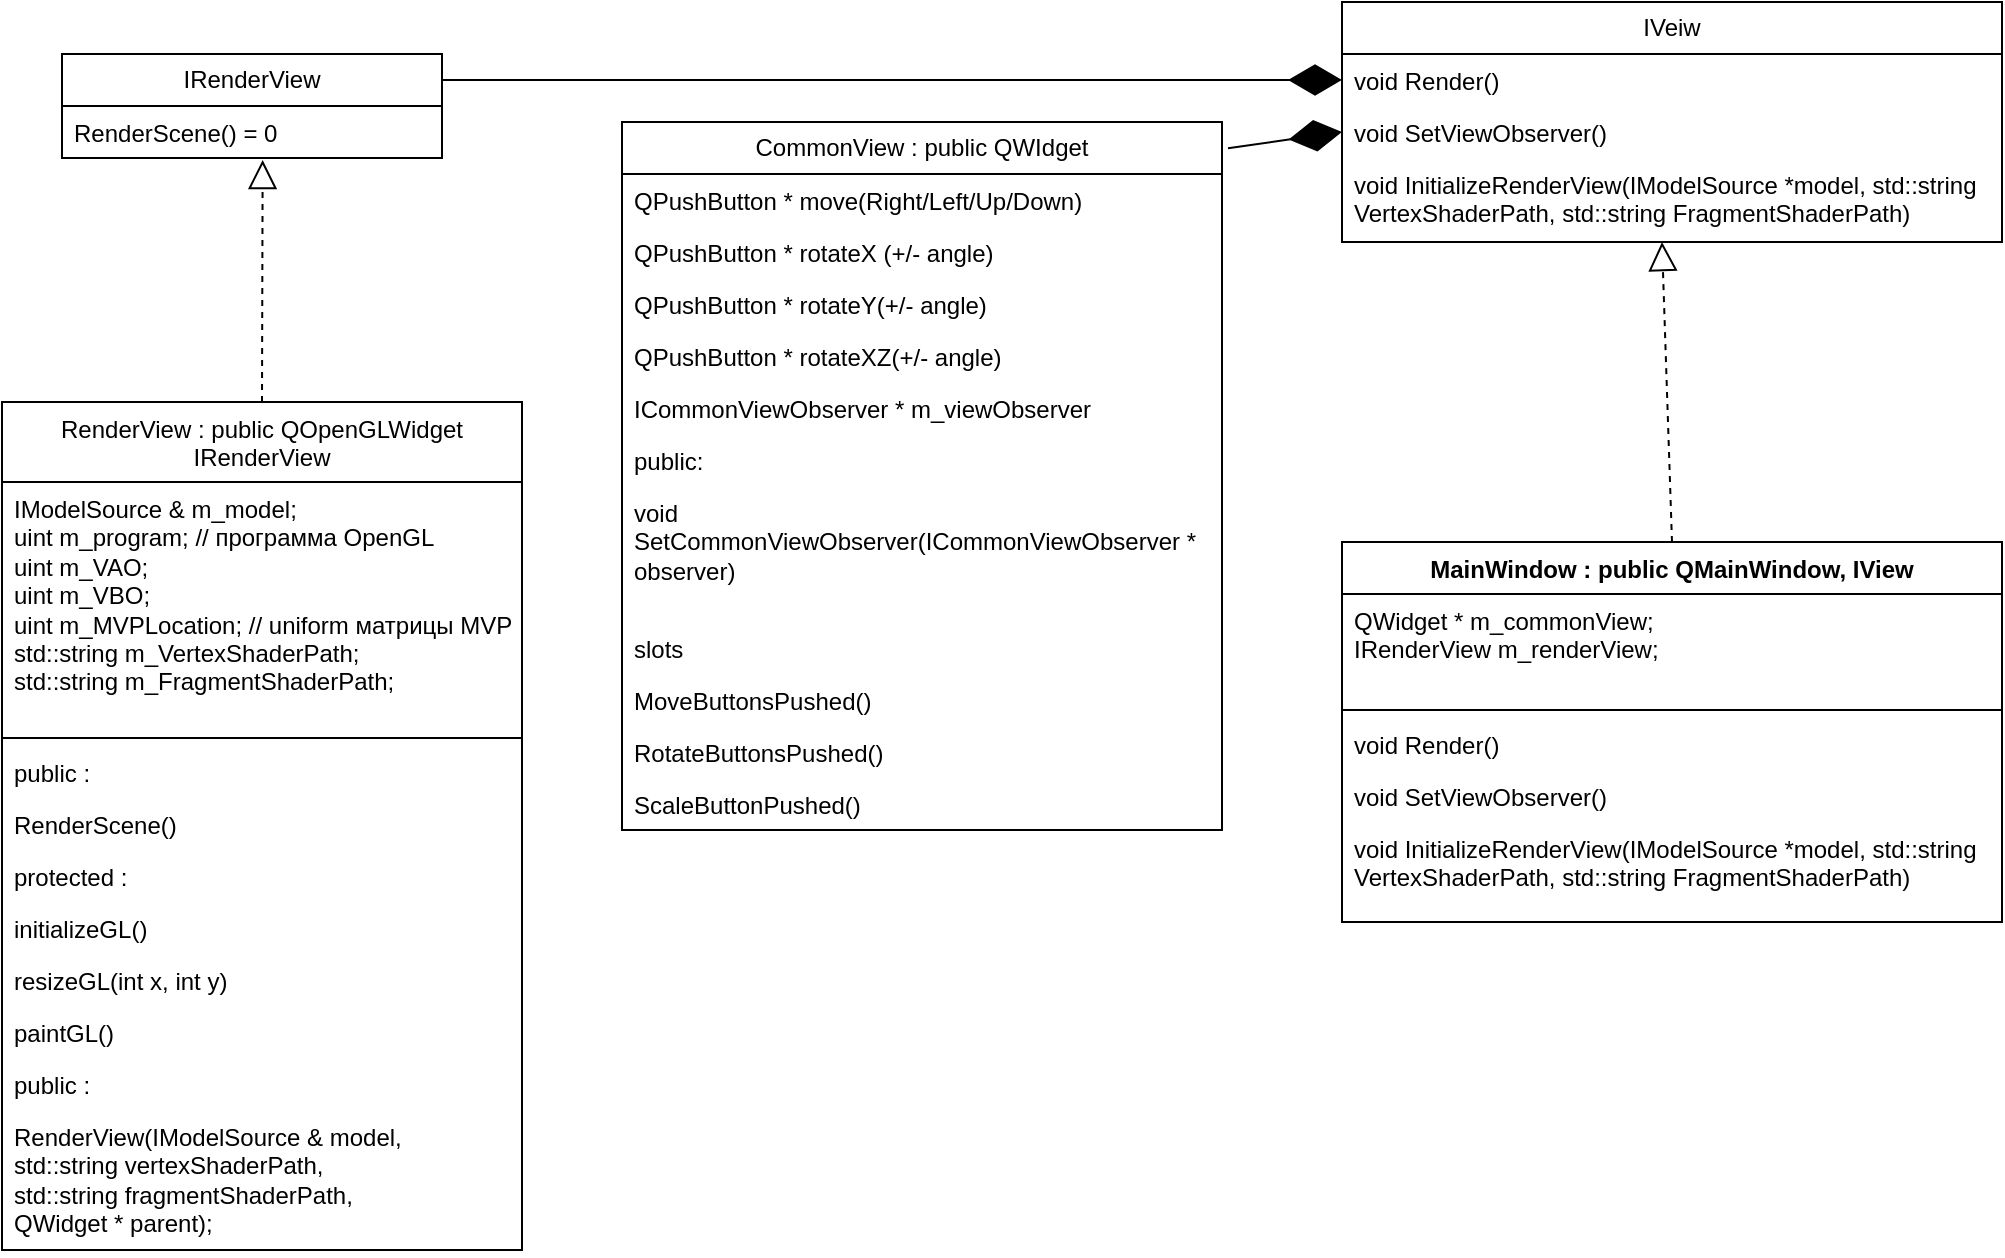
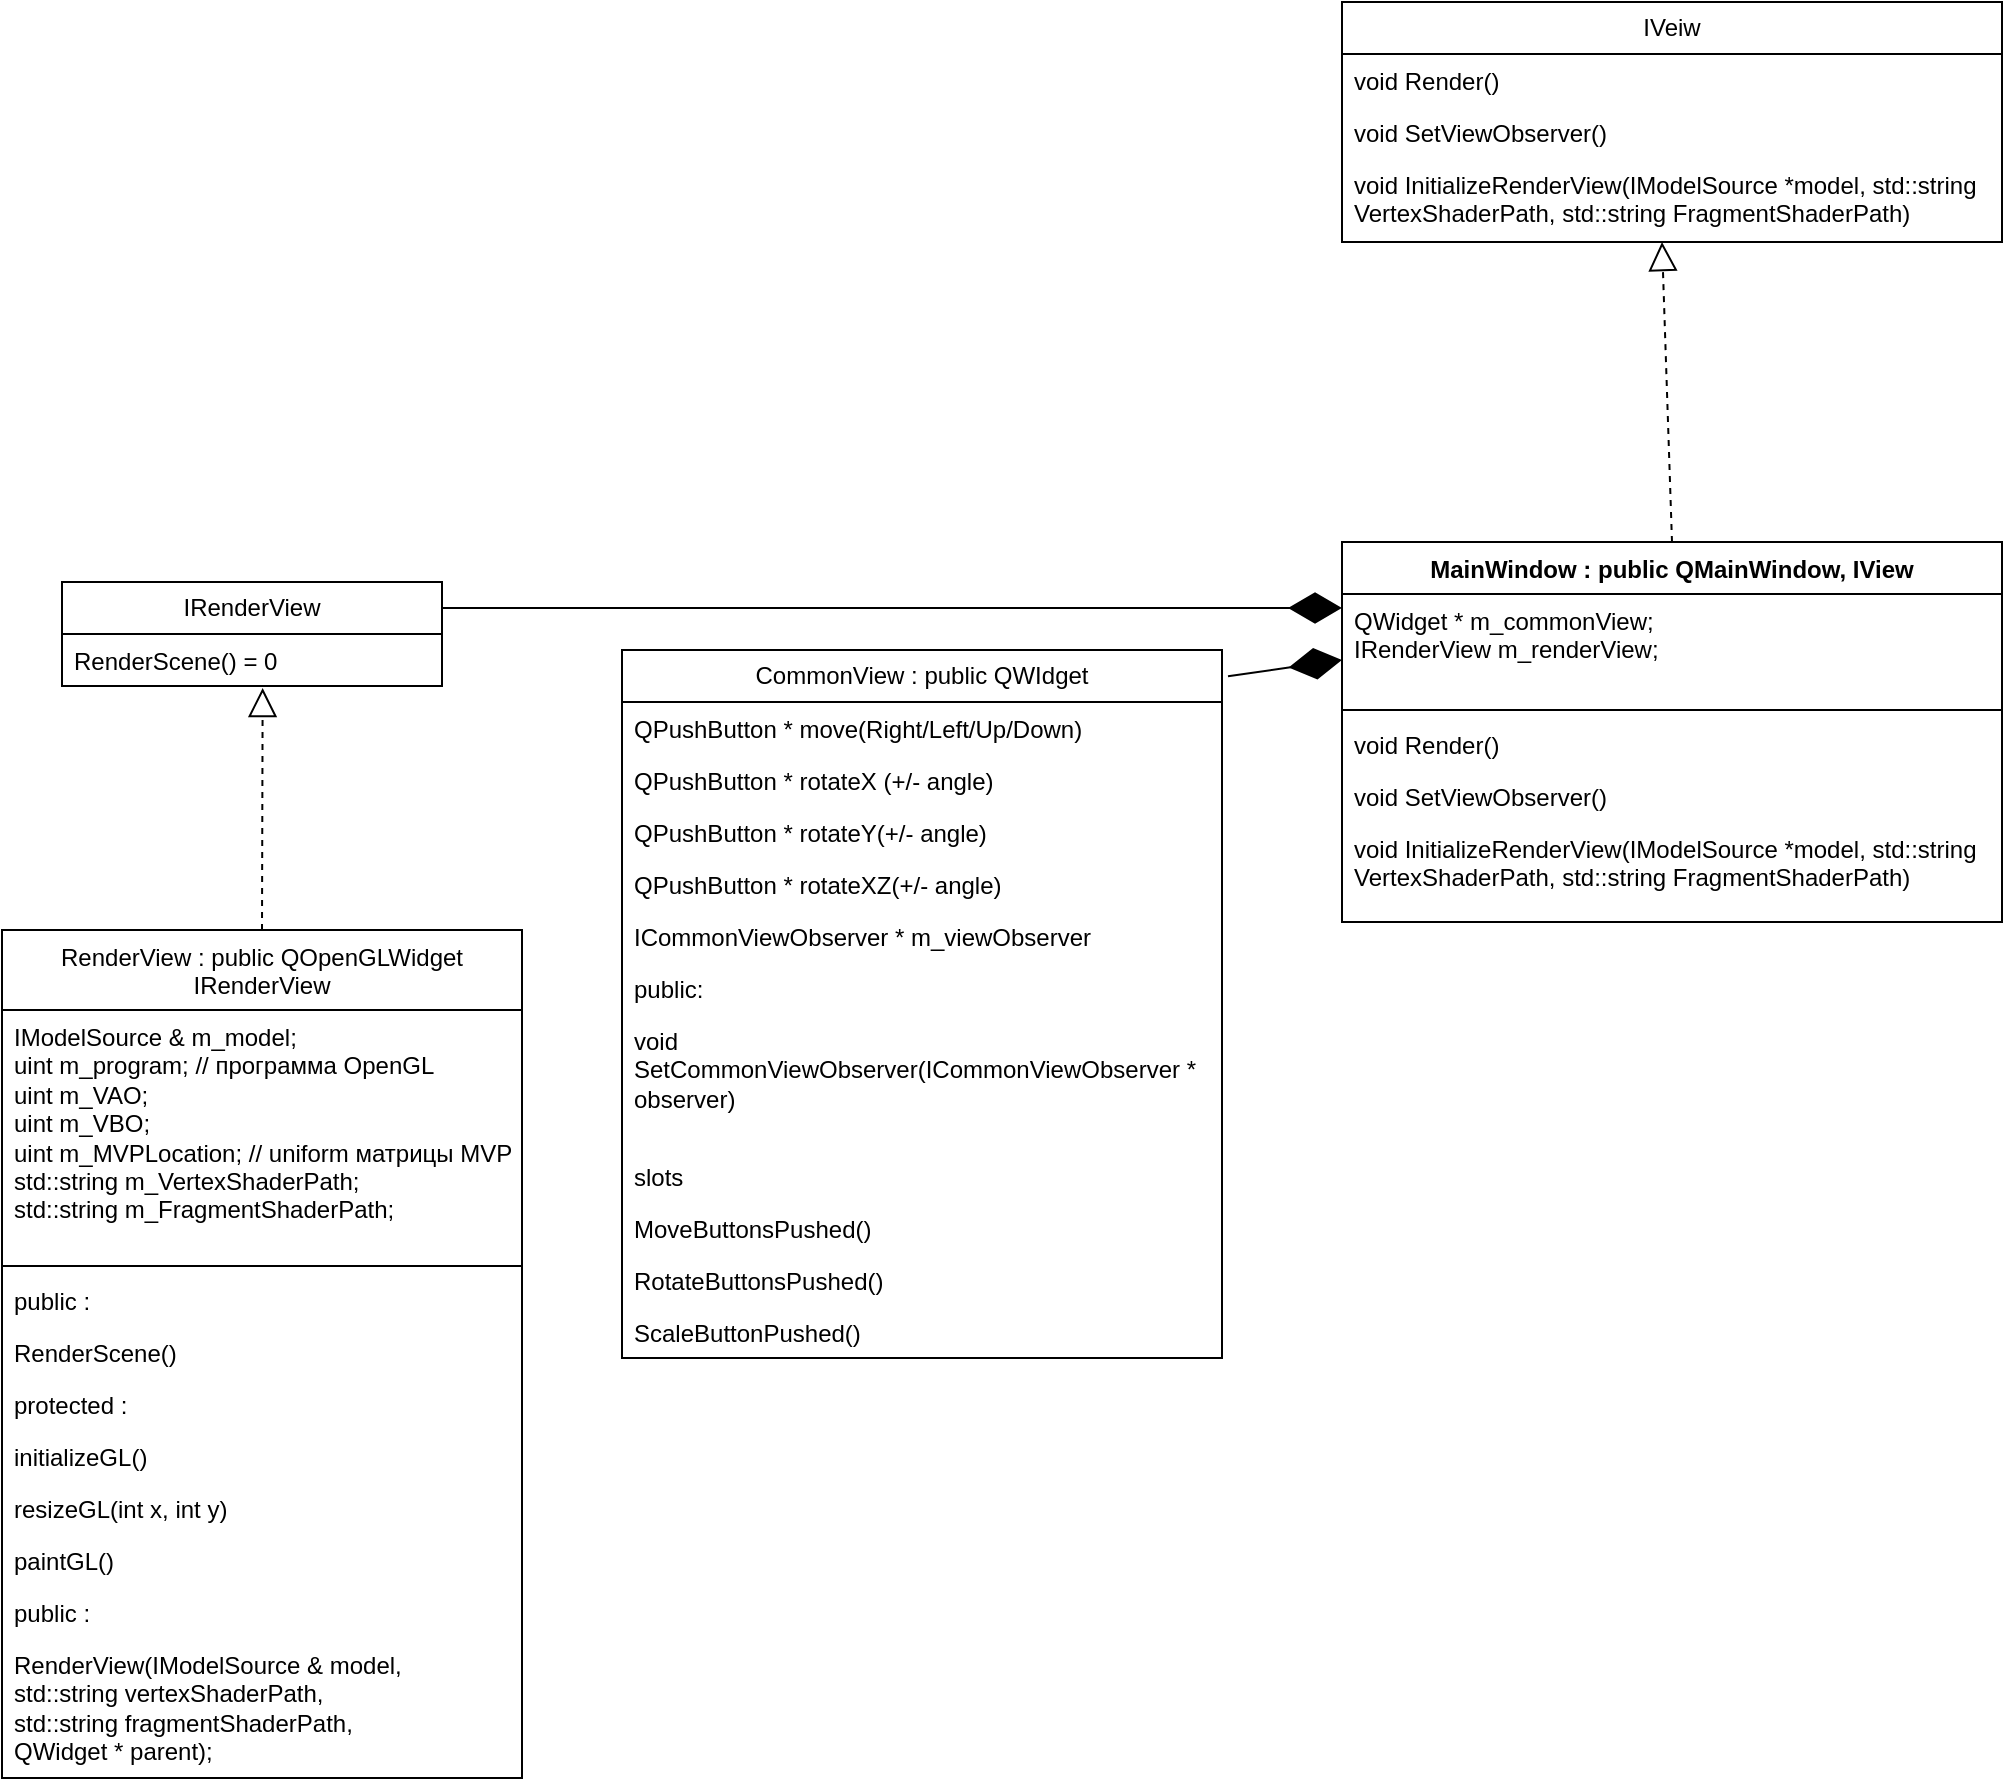
<mxfile host="Electron" agent="Mozilla/5.0 (Windows NT 10.0; Win64; x64) AppleWebKit/537.36 (KHTML, like Gecko) draw.io/27.0.2 Chrome/134.0.6998.205 Electron/35.3.0 Safari/537.36" version="27.0.2">
  <diagram name="Страница — 1" id="o-TjnIXwQH7PSGIuXzLL">
    <mxGraphModel dx="2253" dy="849" grid="1" gridSize="10" guides="1" tooltips="1" connect="1" arrows="1" fold="1" page="1" pageScale="1" pageWidth="827" pageHeight="1169" math="0" shadow="0">
      <root>
        <mxCell id="0" />
        <mxCell id="1" parent="0" />
-         <mxCell id="r78E2_n_4Sw7PUzBjdpD-1" value="IVeiw" style="swimlane;fontStyle=0;childLayout=stackLayout;horizontal=1;startSize=26;fillColor=none;horizontalStack=0;resizeParent=1;resizeParentMax=0;resizeLast=0;collapsible=1;marginBottom=0;whiteSpace=wrap;html=1;" vertex="1" parent="1">
+         <mxCell id="r78E2_n_4Sw7PUzBjdpD-1" value="IVeiw" style="swimlane;fontStyle=0;childLayout=stackLayout;horizontal=1;startSize=26;fillColor=none;horizontalStack=0;resizeParent=1;resizeParentMax=0;resizeLast=0;collapsible=1;marginBottom=0;whiteSpace=wrap;html=1;" parent="1" vertex="1">
          <mxGeometry x="120" y="160" width="330" height="120" as="geometry" />
        </mxCell>
-         <mxCell id="r78E2_n_4Sw7PUzBjdpD-2" value="void Render()" style="text;strokeColor=none;fillColor=none;align=left;verticalAlign=top;spacingLeft=4;spacingRight=4;overflow=hidden;rotatable=0;points=[[0,0.5],[1,0.5]];portConstraint=eastwest;whiteSpace=wrap;html=1;" vertex="1" parent="r78E2_n_4Sw7PUzBjdpD-1">
+         <mxCell id="r78E2_n_4Sw7PUzBjdpD-2" value="void Render()" style="text;strokeColor=none;fillColor=none;align=left;verticalAlign=top;spacingLeft=4;spacingRight=4;overflow=hidden;rotatable=0;points=[[0,0.5],[1,0.5]];portConstraint=eastwest;whiteSpace=wrap;html=1;" parent="r78E2_n_4Sw7PUzBjdpD-1" vertex="1">
          <mxGeometry y="26" width="330" height="26" as="geometry" />
        </mxCell>
-         <mxCell id="r78E2_n_4Sw7PUzBjdpD-3" value="void SetViewObserver()" style="text;strokeColor=none;fillColor=none;align=left;verticalAlign=top;spacingLeft=4;spacingRight=4;overflow=hidden;rotatable=0;points=[[0,0.5],[1,0.5]];portConstraint=eastwest;whiteSpace=wrap;html=1;" vertex="1" parent="r78E2_n_4Sw7PUzBjdpD-1">
+         <mxCell id="r78E2_n_4Sw7PUzBjdpD-3" value="void SetViewObserver()" style="text;strokeColor=none;fillColor=none;align=left;verticalAlign=top;spacingLeft=4;spacingRight=4;overflow=hidden;rotatable=0;points=[[0,0.5],[1,0.5]];portConstraint=eastwest;whiteSpace=wrap;html=1;" parent="r78E2_n_4Sw7PUzBjdpD-1" vertex="1">
          <mxGeometry y="52" width="330" height="26" as="geometry" />
        </mxCell>
-         <mxCell id="r78E2_n_4Sw7PUzBjdpD-4" value="void InitializeRenderView(IModelSource *model, std::string VertexShaderPath, std::string FragmentShaderPath)" style="text;strokeColor=none;fillColor=none;align=left;verticalAlign=top;spacingLeft=4;spacingRight=4;overflow=hidden;rotatable=0;points=[[0,0.5],[1,0.5]];portConstraint=eastwest;whiteSpace=wrap;html=1;" vertex="1" parent="r78E2_n_4Sw7PUzBjdpD-1">
+         <mxCell id="r78E2_n_4Sw7PUzBjdpD-4" value="void InitializeRenderView(IModelSource *model, std::string VertexShaderPath, std::string FragmentShaderPath)" style="text;strokeColor=none;fillColor=none;align=left;verticalAlign=top;spacingLeft=4;spacingRight=4;overflow=hidden;rotatable=0;points=[[0,0.5],[1,0.5]];portConstraint=eastwest;whiteSpace=wrap;html=1;" parent="r78E2_n_4Sw7PUzBjdpD-1" vertex="1">
          <mxGeometry y="78" width="330" height="42" as="geometry" />
        </mxCell>
-         <mxCell id="r78E2_n_4Sw7PUzBjdpD-12" value="MainWindow : public QMainWindow, IView" style="swimlane;fontStyle=1;align=center;verticalAlign=top;childLayout=stackLayout;horizontal=1;startSize=26;horizontalStack=0;resizeParent=1;resizeParentMax=0;resizeLast=0;collapsible=1;marginBottom=0;whiteSpace=wrap;html=1;" vertex="1" parent="1">
+         <mxCell id="r78E2_n_4Sw7PUzBjdpD-12" value="MainWindow : public QMainWindow, IView" style="swimlane;fontStyle=1;align=center;verticalAlign=top;childLayout=stackLayout;horizontal=1;startSize=26;horizontalStack=0;resizeParent=1;resizeParentMax=0;resizeLast=0;collapsible=1;marginBottom=0;whiteSpace=wrap;html=1;" parent="1" vertex="1">
          <mxGeometry x="120" y="430" width="330" height="190" as="geometry" />
        </mxCell>
-         <mxCell id="r78E2_n_4Sw7PUzBjdpD-13" value="QWidget * m_commonView;&lt;div&gt;IRenderView m_renderView;&lt;/div&gt;" style="text;strokeColor=none;fillColor=none;align=left;verticalAlign=top;spacingLeft=4;spacingRight=4;overflow=hidden;rotatable=0;points=[[0,0.5],[1,0.5]];portConstraint=eastwest;whiteSpace=wrap;html=1;" vertex="1" parent="r78E2_n_4Sw7PUzBjdpD-12">
+         <mxCell id="r78E2_n_4Sw7PUzBjdpD-13" value="QWidget * m_commonView;&lt;div&gt;IRenderView m_renderView;&lt;/div&gt;" style="text;strokeColor=none;fillColor=none;align=left;verticalAlign=top;spacingLeft=4;spacingRight=4;overflow=hidden;rotatable=0;points=[[0,0.5],[1,0.5]];portConstraint=eastwest;whiteSpace=wrap;html=1;" parent="r78E2_n_4Sw7PUzBjdpD-12" vertex="1">
          <mxGeometry y="26" width="330" height="54" as="geometry" />
        </mxCell>
-         <mxCell id="r78E2_n_4Sw7PUzBjdpD-14" value="" style="line;strokeWidth=1;fillColor=none;align=left;verticalAlign=middle;spacingTop=-1;spacingLeft=3;spacingRight=3;rotatable=0;labelPosition=right;points=[];portConstraint=eastwest;strokeColor=inherit;" vertex="1" parent="r78E2_n_4Sw7PUzBjdpD-12">
+         <mxCell id="r78E2_n_4Sw7PUzBjdpD-14" value="" style="line;strokeWidth=1;fillColor=none;align=left;verticalAlign=middle;spacingTop=-1;spacingLeft=3;spacingRight=3;rotatable=0;labelPosition=right;points=[];portConstraint=eastwest;strokeColor=inherit;" parent="r78E2_n_4Sw7PUzBjdpD-12" vertex="1">
          <mxGeometry y="80" width="330" height="8" as="geometry" />
        </mxCell>
-         <mxCell id="r78E2_n_4Sw7PUzBjdpD-15" value="void Render()" style="text;strokeColor=none;fillColor=none;align=left;verticalAlign=top;spacingLeft=4;spacingRight=4;overflow=hidden;rotatable=0;points=[[0,0.5],[1,0.5]];portConstraint=eastwest;whiteSpace=wrap;html=1;" vertex="1" parent="r78E2_n_4Sw7PUzBjdpD-12">
+         <mxCell id="r78E2_n_4Sw7PUzBjdpD-15" value="void Render()" style="text;strokeColor=none;fillColor=none;align=left;verticalAlign=top;spacingLeft=4;spacingRight=4;overflow=hidden;rotatable=0;points=[[0,0.5],[1,0.5]];portConstraint=eastwest;whiteSpace=wrap;html=1;" parent="r78E2_n_4Sw7PUzBjdpD-12" vertex="1">
          <mxGeometry y="88" width="330" height="26" as="geometry" />
        </mxCell>
-         <mxCell id="r78E2_n_4Sw7PUzBjdpD-17" value="void SetViewObserver()" style="text;strokeColor=none;fillColor=none;align=left;verticalAlign=top;spacingLeft=4;spacingRight=4;overflow=hidden;rotatable=0;points=[[0,0.5],[1,0.5]];portConstraint=eastwest;whiteSpace=wrap;html=1;" vertex="1" parent="r78E2_n_4Sw7PUzBjdpD-12">
+         <mxCell id="r78E2_n_4Sw7PUzBjdpD-17" value="void SetViewObserver()" style="text;strokeColor=none;fillColor=none;align=left;verticalAlign=top;spacingLeft=4;spacingRight=4;overflow=hidden;rotatable=0;points=[[0,0.5],[1,0.5]];portConstraint=eastwest;whiteSpace=wrap;html=1;" parent="r78E2_n_4Sw7PUzBjdpD-12" vertex="1">
          <mxGeometry y="114" width="330" height="26" as="geometry" />
        </mxCell>
-         <mxCell id="r78E2_n_4Sw7PUzBjdpD-18" value="void InitializeRenderView(IModelSource *model, std::string VertexShaderPath, std::string FragmentShaderPath)" style="text;strokeColor=none;fillColor=none;align=left;verticalAlign=top;spacingLeft=4;spacingRight=4;overflow=hidden;rotatable=0;points=[[0,0.5],[1,0.5]];portConstraint=eastwest;whiteSpace=wrap;html=1;" vertex="1" parent="r78E2_n_4Sw7PUzBjdpD-12">
+         <mxCell id="r78E2_n_4Sw7PUzBjdpD-18" value="void InitializeRenderView(IModelSource *model, std::string VertexShaderPath, std::string FragmentShaderPath)" style="text;strokeColor=none;fillColor=none;align=left;verticalAlign=top;spacingLeft=4;spacingRight=4;overflow=hidden;rotatable=0;points=[[0,0.5],[1,0.5]];portConstraint=eastwest;whiteSpace=wrap;html=1;" parent="r78E2_n_4Sw7PUzBjdpD-12" vertex="1">
          <mxGeometry y="140" width="330" height="50" as="geometry" />
        </mxCell>
-         <mxCell id="r78E2_n_4Sw7PUzBjdpD-20" value="" style="endArrow=block;dashed=1;endFill=0;endSize=12;html=1;rounded=0;exitX=0.5;exitY=0;exitDx=0;exitDy=0;" edge="1" parent="1" source="r78E2_n_4Sw7PUzBjdpD-12">
+         <mxCell id="r78E2_n_4Sw7PUzBjdpD-20" value="" style="endArrow=block;dashed=1;endFill=0;endSize=12;html=1;rounded=0;exitX=0.5;exitY=0;exitDx=0;exitDy=0;" parent="1" source="r78E2_n_4Sw7PUzBjdpD-12" edge="1">
          <mxGeometry width="160" relative="1" as="geometry">
            <mxPoint x="330" y="440" as="sourcePoint" />
            <mxPoint x="280" y="280" as="targetPoint" />
          </mxGeometry>
        </mxCell>
-         <mxCell id="r78E2_n_4Sw7PUzBjdpD-21" value="IRenderView" style="swimlane;fontStyle=0;childLayout=stackLayout;horizontal=1;startSize=26;fillColor=none;horizontalStack=0;resizeParent=1;resizeParentMax=0;resizeLast=0;collapsible=1;marginBottom=0;whiteSpace=wrap;html=1;" vertex="1" parent="1">
-           <mxGeometry x="-520" y="186" width="190" height="52" as="geometry" />
+         <mxCell id="r78E2_n_4Sw7PUzBjdpD-21" value="IRenderView" style="swimlane;fontStyle=0;childLayout=stackLayout;horizontal=1;startSize=26;fillColor=none;horizontalStack=0;resizeParent=1;resizeParentMax=0;resizeLast=0;collapsible=1;marginBottom=0;whiteSpace=wrap;html=1;" parent="1" vertex="1">
+           <mxGeometry x="-520" y="450" width="190" height="52" as="geometry" />
        </mxCell>
-         <mxCell id="r78E2_n_4Sw7PUzBjdpD-22" value="RenderScene() = 0" style="text;strokeColor=none;fillColor=none;align=left;verticalAlign=top;spacingLeft=4;spacingRight=4;overflow=hidden;rotatable=0;points=[[0,0.5],[1,0.5]];portConstraint=eastwest;whiteSpace=wrap;html=1;" vertex="1" parent="r78E2_n_4Sw7PUzBjdpD-21">
+         <mxCell id="r78E2_n_4Sw7PUzBjdpD-22" value="RenderScene() = 0" style="text;strokeColor=none;fillColor=none;align=left;verticalAlign=top;spacingLeft=4;spacingRight=4;overflow=hidden;rotatable=0;points=[[0,0.5],[1,0.5]];portConstraint=eastwest;whiteSpace=wrap;html=1;" parent="r78E2_n_4Sw7PUzBjdpD-21" vertex="1">
          <mxGeometry y="26" width="190" height="26" as="geometry" />
        </mxCell>
-         <mxCell id="r78E2_n_4Sw7PUzBjdpD-23" value="" style="endArrow=block;dashed=1;endFill=0;endSize=12;html=1;rounded=0;entryX=0.528;entryY=1.038;entryDx=0;entryDy=0;entryPerimeter=0;exitX=0.5;exitY=0;exitDx=0;exitDy=0;" edge="1" parent="1" source="r78E2_n_4Sw7PUzBjdpD-24" target="r78E2_n_4Sw7PUzBjdpD-22">
+         <mxCell id="r78E2_n_4Sw7PUzBjdpD-23" value="" style="endArrow=block;dashed=1;endFill=0;endSize=12;html=1;rounded=0;entryX=0.528;entryY=1.038;entryDx=0;entryDy=0;entryPerimeter=0;exitX=0.5;exitY=0;exitDx=0;exitDy=0;" parent="1" source="r78E2_n_4Sw7PUzBjdpD-24" target="r78E2_n_4Sw7PUzBjdpD-22" edge="1">
          <mxGeometry width="160" relative="1" as="geometry">
-             <mxPoint x="-180" y="340" as="sourcePoint" />
-             <mxPoint x="-140" y="260" as="targetPoint" />
+             <mxPoint x="-180" y="604" as="sourcePoint" />
+             <mxPoint x="-140" y="524" as="targetPoint" />
          </mxGeometry>
        </mxCell>
-         <mxCell id="r78E2_n_4Sw7PUzBjdpD-24" value="&lt;span style=&quot;font-weight: 400;&quot;&gt;RenderView : public QOpenGLWidget&lt;/span&gt;&lt;div&gt;&lt;span style=&quot;font-weight: 400;&quot;&gt;IRenderView&lt;/span&gt;&lt;/div&gt;&lt;div&gt;&lt;span style=&quot;font-weight: 400;&quot;&gt;&lt;br&gt;&lt;/span&gt;&lt;/div&gt;" style="swimlane;fontStyle=1;align=center;verticalAlign=top;childLayout=stackLayout;horizontal=1;startSize=40;horizontalStack=0;resizeParent=1;resizeParentMax=0;resizeLast=0;collapsible=1;marginBottom=0;whiteSpace=wrap;html=1;" vertex="1" parent="1">
-           <mxGeometry x="-550" y="360" width="260" height="424" as="geometry" />
+         <mxCell id="r78E2_n_4Sw7PUzBjdpD-24" value="&lt;span style=&quot;font-weight: 400;&quot;&gt;RenderView : public QOpenGLWidget&lt;/span&gt;&lt;div&gt;&lt;span style=&quot;font-weight: 400;&quot;&gt;IRenderView&lt;/span&gt;&lt;/div&gt;&lt;div&gt;&lt;span style=&quot;font-weight: 400;&quot;&gt;&lt;br&gt;&lt;/span&gt;&lt;/div&gt;" style="swimlane;fontStyle=1;align=center;verticalAlign=top;childLayout=stackLayout;horizontal=1;startSize=40;horizontalStack=0;resizeParent=1;resizeParentMax=0;resizeLast=0;collapsible=1;marginBottom=0;whiteSpace=wrap;html=1;" parent="1" vertex="1">
+           <mxGeometry x="-550" y="624" width="260" height="424" as="geometry" />
        </mxCell>
-         <mxCell id="r78E2_n_4Sw7PUzBjdpD-25" value="IModelSource &amp;amp; m_model;&amp;nbsp;&lt;div&gt;uint m_program; // программа OpenGL&lt;/div&gt;&lt;div&gt;uint m_VAO;&lt;/div&gt;&lt;div&gt;uint m_VBO;&lt;/div&gt;&lt;div&gt;uint m_MVPLocation; // uniform матрицы MVP&lt;/div&gt;&lt;div&gt;std::string m_VertexShaderPath;&lt;/div&gt;&lt;div&gt;std::string m_FragmentShaderPath;&lt;/div&gt;" style="text;strokeColor=none;fillColor=none;align=left;verticalAlign=top;spacingLeft=4;spacingRight=4;overflow=hidden;rotatable=0;points=[[0,0.5],[1,0.5]];portConstraint=eastwest;whiteSpace=wrap;html=1;" vertex="1" parent="r78E2_n_4Sw7PUzBjdpD-24">
+         <mxCell id="r78E2_n_4Sw7PUzBjdpD-25" value="IModelSource &amp;amp; m_model;&amp;nbsp;&lt;div&gt;uint m_program; // программа OpenGL&lt;/div&gt;&lt;div&gt;uint m_VAO;&lt;/div&gt;&lt;div&gt;uint m_VBO;&lt;/div&gt;&lt;div&gt;uint m_MVPLocation; // uniform матрицы MVP&lt;/div&gt;&lt;div&gt;std::string m_VertexShaderPath;&lt;/div&gt;&lt;div&gt;std::string m_FragmentShaderPath;&lt;/div&gt;" style="text;strokeColor=none;fillColor=none;align=left;verticalAlign=top;spacingLeft=4;spacingRight=4;overflow=hidden;rotatable=0;points=[[0,0.5],[1,0.5]];portConstraint=eastwest;whiteSpace=wrap;html=1;" parent="r78E2_n_4Sw7PUzBjdpD-24" vertex="1">
          <mxGeometry y="40" width="260" height="124" as="geometry" />
        </mxCell>
-         <mxCell id="r78E2_n_4Sw7PUzBjdpD-26" value="" style="line;strokeWidth=1;fillColor=none;align=left;verticalAlign=middle;spacingTop=-1;spacingLeft=3;spacingRight=3;rotatable=0;labelPosition=right;points=[];portConstraint=eastwest;strokeColor=inherit;" vertex="1" parent="r78E2_n_4Sw7PUzBjdpD-24">
+         <mxCell id="r78E2_n_4Sw7PUzBjdpD-26" value="" style="line;strokeWidth=1;fillColor=none;align=left;verticalAlign=middle;spacingTop=-1;spacingLeft=3;spacingRight=3;rotatable=0;labelPosition=right;points=[];portConstraint=eastwest;strokeColor=inherit;" parent="r78E2_n_4Sw7PUzBjdpD-24" vertex="1">
          <mxGeometry y="164" width="260" height="8" as="geometry" />
        </mxCell>
-         <mxCell id="r78E2_n_4Sw7PUzBjdpD-27" value="public :" style="text;strokeColor=none;fillColor=none;align=left;verticalAlign=top;spacingLeft=4;spacingRight=4;overflow=hidden;rotatable=0;points=[[0,0.5],[1,0.5]];portConstraint=eastwest;whiteSpace=wrap;html=1;" vertex="1" parent="r78E2_n_4Sw7PUzBjdpD-24">
+         <mxCell id="r78E2_n_4Sw7PUzBjdpD-27" value="public :" style="text;strokeColor=none;fillColor=none;align=left;verticalAlign=top;spacingLeft=4;spacingRight=4;overflow=hidden;rotatable=0;points=[[0,0.5],[1,0.5]];portConstraint=eastwest;whiteSpace=wrap;html=1;" parent="r78E2_n_4Sw7PUzBjdpD-24" vertex="1">
          <mxGeometry y="172" width="260" height="26" as="geometry" />
        </mxCell>
-         <mxCell id="r78E2_n_4Sw7PUzBjdpD-28" value="RenderScene()" style="text;strokeColor=none;fillColor=none;align=left;verticalAlign=top;spacingLeft=4;spacingRight=4;overflow=hidden;rotatable=0;points=[[0,0.5],[1,0.5]];portConstraint=eastwest;whiteSpace=wrap;html=1;" vertex="1" parent="r78E2_n_4Sw7PUzBjdpD-24">
+         <mxCell id="r78E2_n_4Sw7PUzBjdpD-28" value="RenderScene()" style="text;strokeColor=none;fillColor=none;align=left;verticalAlign=top;spacingLeft=4;spacingRight=4;overflow=hidden;rotatable=0;points=[[0,0.5],[1,0.5]];portConstraint=eastwest;whiteSpace=wrap;html=1;" parent="r78E2_n_4Sw7PUzBjdpD-24" vertex="1">
          <mxGeometry y="198" width="260" height="26" as="geometry" />
        </mxCell>
-         <mxCell id="r78E2_n_4Sw7PUzBjdpD-29" value="protected :" style="text;strokeColor=none;fillColor=none;align=left;verticalAlign=top;spacingLeft=4;spacingRight=4;overflow=hidden;rotatable=0;points=[[0,0.5],[1,0.5]];portConstraint=eastwest;whiteSpace=wrap;html=1;" vertex="1" parent="r78E2_n_4Sw7PUzBjdpD-24">
+         <mxCell id="r78E2_n_4Sw7PUzBjdpD-29" value="protected :" style="text;strokeColor=none;fillColor=none;align=left;verticalAlign=top;spacingLeft=4;spacingRight=4;overflow=hidden;rotatable=0;points=[[0,0.5],[1,0.5]];portConstraint=eastwest;whiteSpace=wrap;html=1;" parent="r78E2_n_4Sw7PUzBjdpD-24" vertex="1">
          <mxGeometry y="224" width="260" height="26" as="geometry" />
        </mxCell>
-         <mxCell id="r78E2_n_4Sw7PUzBjdpD-30" value="initializeGL()" style="text;strokeColor=none;fillColor=none;align=left;verticalAlign=top;spacingLeft=4;spacingRight=4;overflow=hidden;rotatable=0;points=[[0,0.5],[1,0.5]];portConstraint=eastwest;whiteSpace=wrap;html=1;" vertex="1" parent="r78E2_n_4Sw7PUzBjdpD-24">
+         <mxCell id="r78E2_n_4Sw7PUzBjdpD-30" value="initializeGL()" style="text;strokeColor=none;fillColor=none;align=left;verticalAlign=top;spacingLeft=4;spacingRight=4;overflow=hidden;rotatable=0;points=[[0,0.5],[1,0.5]];portConstraint=eastwest;whiteSpace=wrap;html=1;" parent="r78E2_n_4Sw7PUzBjdpD-24" vertex="1">
          <mxGeometry y="250" width="260" height="26" as="geometry" />
        </mxCell>
-         <mxCell id="r78E2_n_4Sw7PUzBjdpD-31" value="resizeGL(int x, int y)" style="text;strokeColor=none;fillColor=none;align=left;verticalAlign=top;spacingLeft=4;spacingRight=4;overflow=hidden;rotatable=0;points=[[0,0.5],[1,0.5]];portConstraint=eastwest;whiteSpace=wrap;html=1;" vertex="1" parent="r78E2_n_4Sw7PUzBjdpD-24">
+         <mxCell id="r78E2_n_4Sw7PUzBjdpD-31" value="resizeGL(int x, int y)" style="text;strokeColor=none;fillColor=none;align=left;verticalAlign=top;spacingLeft=4;spacingRight=4;overflow=hidden;rotatable=0;points=[[0,0.5],[1,0.5]];portConstraint=eastwest;whiteSpace=wrap;html=1;" parent="r78E2_n_4Sw7PUzBjdpD-24" vertex="1">
          <mxGeometry y="276" width="260" height="26" as="geometry" />
        </mxCell>
-         <mxCell id="r78E2_n_4Sw7PUzBjdpD-32" value="paintGL()" style="text;strokeColor=none;fillColor=none;align=left;verticalAlign=top;spacingLeft=4;spacingRight=4;overflow=hidden;rotatable=0;points=[[0,0.5],[1,0.5]];portConstraint=eastwest;whiteSpace=wrap;html=1;" vertex="1" parent="r78E2_n_4Sw7PUzBjdpD-24">
+         <mxCell id="r78E2_n_4Sw7PUzBjdpD-32" value="paintGL()" style="text;strokeColor=none;fillColor=none;align=left;verticalAlign=top;spacingLeft=4;spacingRight=4;overflow=hidden;rotatable=0;points=[[0,0.5],[1,0.5]];portConstraint=eastwest;whiteSpace=wrap;html=1;" parent="r78E2_n_4Sw7PUzBjdpD-24" vertex="1">
          <mxGeometry y="302" width="260" height="26" as="geometry" />
        </mxCell>
-         <mxCell id="r78E2_n_4Sw7PUzBjdpD-33" value="public :" style="text;strokeColor=none;fillColor=none;align=left;verticalAlign=top;spacingLeft=4;spacingRight=4;overflow=hidden;rotatable=0;points=[[0,0.5],[1,0.5]];portConstraint=eastwest;whiteSpace=wrap;html=1;" vertex="1" parent="r78E2_n_4Sw7PUzBjdpD-24">
+         <mxCell id="r78E2_n_4Sw7PUzBjdpD-33" value="public :" style="text;strokeColor=none;fillColor=none;align=left;verticalAlign=top;spacingLeft=4;spacingRight=4;overflow=hidden;rotatable=0;points=[[0,0.5],[1,0.5]];portConstraint=eastwest;whiteSpace=wrap;html=1;" parent="r78E2_n_4Sw7PUzBjdpD-24" vertex="1">
          <mxGeometry y="328" width="260" height="26" as="geometry" />
        </mxCell>
-         <mxCell id="r78E2_n_4Sw7PUzBjdpD-34" value="RenderView(IModelSource &amp;amp;&amp;nbsp;model,&lt;div&gt;std::string vertexShaderPath,&lt;/div&gt;&lt;div&gt;std::string fragmentShaderPath,&lt;/div&gt;&lt;div&gt;QWidget * parent);&lt;/div&gt;" style="text;strokeColor=none;fillColor=none;align=left;verticalAlign=top;spacingLeft=4;spacingRight=4;overflow=hidden;rotatable=0;points=[[0,0.5],[1,0.5]];portConstraint=eastwest;whiteSpace=wrap;html=1;" vertex="1" parent="r78E2_n_4Sw7PUzBjdpD-24">
+         <mxCell id="r78E2_n_4Sw7PUzBjdpD-34" value="RenderView(IModelSource &amp;amp;&amp;nbsp;model,&lt;div&gt;std::string vertexShaderPath,&lt;/div&gt;&lt;div&gt;std::string fragmentShaderPath,&lt;/div&gt;&lt;div&gt;QWidget * parent);&lt;/div&gt;" style="text;strokeColor=none;fillColor=none;align=left;verticalAlign=top;spacingLeft=4;spacingRight=4;overflow=hidden;rotatable=0;points=[[0,0.5],[1,0.5]];portConstraint=eastwest;whiteSpace=wrap;html=1;" parent="r78E2_n_4Sw7PUzBjdpD-24" vertex="1">
          <mxGeometry y="354" width="260" height="70" as="geometry" />
        </mxCell>
-         <mxCell id="r78E2_n_4Sw7PUzBjdpD-35" value="" style="endArrow=diamondThin;endFill=1;endSize=24;html=1;rounded=0;entryX=0;entryY=0.5;entryDx=0;entryDy=0;exitX=1;exitY=0.25;exitDx=0;exitDy=0;" edge="1" parent="1" source="r78E2_n_4Sw7PUzBjdpD-21" target="r78E2_n_4Sw7PUzBjdpD-2">
+         <mxCell id="r78E2_n_4Sw7PUzBjdpD-35" value="" style="endArrow=diamondThin;endFill=1;endSize=24;html=1;rounded=0;entryX=0;entryY=0.5;entryDx=0;entryDy=0;exitX=1;exitY=0.25;exitDx=0;exitDy=0;" parent="1" source="r78E2_n_4Sw7PUzBjdpD-21" edge="1">
          <mxGeometry width="160" relative="1" as="geometry">
-             <mxPoint x="330" y="440" as="sourcePoint" />
-             <mxPoint x="490" y="440" as="targetPoint" />
+             <mxPoint x="330" y="704" as="sourcePoint" />
+             <mxPoint x="120" y="463" as="targetPoint" />
          </mxGeometry>
        </mxCell>
-         <mxCell id="r78E2_n_4Sw7PUzBjdpD-36" value="CommonView : public QWIdget" style="swimlane;fontStyle=0;childLayout=stackLayout;horizontal=1;startSize=26;fillColor=none;horizontalStack=0;resizeParent=1;resizeParentMax=0;resizeLast=0;collapsible=1;marginBottom=0;whiteSpace=wrap;html=1;" vertex="1" parent="1">
-           <mxGeometry x="-240" y="220" width="300" height="354" as="geometry" />
+         <mxCell id="r78E2_n_4Sw7PUzBjdpD-36" value="CommonView : public QWIdget" style="swimlane;fontStyle=0;childLayout=stackLayout;horizontal=1;startSize=26;fillColor=none;horizontalStack=0;resizeParent=1;resizeParentMax=0;resizeLast=0;collapsible=1;marginBottom=0;whiteSpace=wrap;html=1;" parent="1" vertex="1">
+           <mxGeometry x="-240" y="484" width="300" height="354" as="geometry" />
        </mxCell>
-         <mxCell id="r78E2_n_4Sw7PUzBjdpD-37" value="QPushButton * move(Right/Left/Up/Down)" style="text;strokeColor=none;fillColor=none;align=left;verticalAlign=top;spacingLeft=4;spacingRight=4;overflow=hidden;rotatable=0;points=[[0,0.5],[1,0.5]];portConstraint=eastwest;whiteSpace=wrap;html=1;" vertex="1" parent="r78E2_n_4Sw7PUzBjdpD-36">
+         <mxCell id="r78E2_n_4Sw7PUzBjdpD-37" value="QPushButton * move(Right/Left/Up/Down)" style="text;strokeColor=none;fillColor=none;align=left;verticalAlign=top;spacingLeft=4;spacingRight=4;overflow=hidden;rotatable=0;points=[[0,0.5],[1,0.5]];portConstraint=eastwest;whiteSpace=wrap;html=1;" parent="r78E2_n_4Sw7PUzBjdpD-36" vertex="1">
          <mxGeometry y="26" width="300" height="26" as="geometry" />
        </mxCell>
-         <mxCell id="r78E2_n_4Sw7PUzBjdpD-38" value="QPushButton * rotateX (+/- angle)" style="text;strokeColor=none;fillColor=none;align=left;verticalAlign=top;spacingLeft=4;spacingRight=4;overflow=hidden;rotatable=0;points=[[0,0.5],[1,0.5]];portConstraint=eastwest;whiteSpace=wrap;html=1;" vertex="1" parent="r78E2_n_4Sw7PUzBjdpD-36">
+         <mxCell id="r78E2_n_4Sw7PUzBjdpD-38" value="QPushButton * rotateX (+/- angle)" style="text;strokeColor=none;fillColor=none;align=left;verticalAlign=top;spacingLeft=4;spacingRight=4;overflow=hidden;rotatable=0;points=[[0,0.5],[1,0.5]];portConstraint=eastwest;whiteSpace=wrap;html=1;" parent="r78E2_n_4Sw7PUzBjdpD-36" vertex="1">
          <mxGeometry y="52" width="300" height="26" as="geometry" />
        </mxCell>
-         <mxCell id="r78E2_n_4Sw7PUzBjdpD-39" value="QPushButton * rotateY(+/- angle)" style="text;strokeColor=none;fillColor=none;align=left;verticalAlign=top;spacingLeft=4;spacingRight=4;overflow=hidden;rotatable=0;points=[[0,0.5],[1,0.5]];portConstraint=eastwest;whiteSpace=wrap;html=1;" vertex="1" parent="r78E2_n_4Sw7PUzBjdpD-36">
+         <mxCell id="r78E2_n_4Sw7PUzBjdpD-39" value="QPushButton * rotateY(+/- angle)" style="text;strokeColor=none;fillColor=none;align=left;verticalAlign=top;spacingLeft=4;spacingRight=4;overflow=hidden;rotatable=0;points=[[0,0.5],[1,0.5]];portConstraint=eastwest;whiteSpace=wrap;html=1;" parent="r78E2_n_4Sw7PUzBjdpD-36" vertex="1">
          <mxGeometry y="78" width="300" height="26" as="geometry" />
        </mxCell>
-         <mxCell id="r78E2_n_4Sw7PUzBjdpD-40" value="QPushButton * rotateXZ(+/- angle)" style="text;strokeColor=none;fillColor=none;align=left;verticalAlign=top;spacingLeft=4;spacingRight=4;overflow=hidden;rotatable=0;points=[[0,0.5],[1,0.5]];portConstraint=eastwest;whiteSpace=wrap;html=1;" vertex="1" parent="r78E2_n_4Sw7PUzBjdpD-36">
+         <mxCell id="r78E2_n_4Sw7PUzBjdpD-40" value="QPushButton * rotateXZ(+/- angle)" style="text;strokeColor=none;fillColor=none;align=left;verticalAlign=top;spacingLeft=4;spacingRight=4;overflow=hidden;rotatable=0;points=[[0,0.5],[1,0.5]];portConstraint=eastwest;whiteSpace=wrap;html=1;" parent="r78E2_n_4Sw7PUzBjdpD-36" vertex="1">
          <mxGeometry y="104" width="300" height="26" as="geometry" />
        </mxCell>
-         <mxCell id="r78E2_n_4Sw7PUzBjdpD-41" value="ICommonViewObserver * m_viewObserver" style="text;strokeColor=none;fillColor=none;align=left;verticalAlign=top;spacingLeft=4;spacingRight=4;overflow=hidden;rotatable=0;points=[[0,0.5],[1,0.5]];portConstraint=eastwest;whiteSpace=wrap;html=1;" vertex="1" parent="r78E2_n_4Sw7PUzBjdpD-36">
+         <mxCell id="r78E2_n_4Sw7PUzBjdpD-41" value="ICommonViewObserver * m_viewObserver" style="text;strokeColor=none;fillColor=none;align=left;verticalAlign=top;spacingLeft=4;spacingRight=4;overflow=hidden;rotatable=0;points=[[0,0.5],[1,0.5]];portConstraint=eastwest;whiteSpace=wrap;html=1;" parent="r78E2_n_4Sw7PUzBjdpD-36" vertex="1">
          <mxGeometry y="130" width="300" height="26" as="geometry" />
        </mxCell>
-         <mxCell id="r78E2_n_4Sw7PUzBjdpD-42" value="public:" style="text;strokeColor=none;fillColor=none;align=left;verticalAlign=top;spacingLeft=4;spacingRight=4;overflow=hidden;rotatable=0;points=[[0,0.5],[1,0.5]];portConstraint=eastwest;whiteSpace=wrap;html=1;" vertex="1" parent="r78E2_n_4Sw7PUzBjdpD-36">
+         <mxCell id="r78E2_n_4Sw7PUzBjdpD-42" value="public:" style="text;strokeColor=none;fillColor=none;align=left;verticalAlign=top;spacingLeft=4;spacingRight=4;overflow=hidden;rotatable=0;points=[[0,0.5],[1,0.5]];portConstraint=eastwest;whiteSpace=wrap;html=1;" parent="r78E2_n_4Sw7PUzBjdpD-36" vertex="1">
          <mxGeometry y="156" width="300" height="26" as="geometry" />
        </mxCell>
-         <mxCell id="r78E2_n_4Sw7PUzBjdpD-43" value="void SetCommonViewObserver(ICommonViewObserver * observer)" style="text;strokeColor=none;fillColor=none;align=left;verticalAlign=top;spacingLeft=4;spacingRight=4;overflow=hidden;rotatable=0;points=[[0,0.5],[1,0.5]];portConstraint=eastwest;whiteSpace=wrap;html=1;" vertex="1" parent="r78E2_n_4Sw7PUzBjdpD-36">
+         <mxCell id="r78E2_n_4Sw7PUzBjdpD-43" value="void SetCommonViewObserver(ICommonViewObserver * observer)" style="text;strokeColor=none;fillColor=none;align=left;verticalAlign=top;spacingLeft=4;spacingRight=4;overflow=hidden;rotatable=0;points=[[0,0.5],[1,0.5]];portConstraint=eastwest;whiteSpace=wrap;html=1;" parent="r78E2_n_4Sw7PUzBjdpD-36" vertex="1">
          <mxGeometry y="182" width="300" height="68" as="geometry" />
        </mxCell>
-         <mxCell id="r78E2_n_4Sw7PUzBjdpD-44" value="slots" style="text;strokeColor=none;fillColor=none;align=left;verticalAlign=top;spacingLeft=4;spacingRight=4;overflow=hidden;rotatable=0;points=[[0,0.5],[1,0.5]];portConstraint=eastwest;whiteSpace=wrap;html=1;" vertex="1" parent="r78E2_n_4Sw7PUzBjdpD-36">
+         <mxCell id="r78E2_n_4Sw7PUzBjdpD-44" value="slots" style="text;strokeColor=none;fillColor=none;align=left;verticalAlign=top;spacingLeft=4;spacingRight=4;overflow=hidden;rotatable=0;points=[[0,0.5],[1,0.5]];portConstraint=eastwest;whiteSpace=wrap;html=1;" parent="r78E2_n_4Sw7PUzBjdpD-36" vertex="1">
          <mxGeometry y="250" width="300" height="26" as="geometry" />
        </mxCell>
-         <mxCell id="r78E2_n_4Sw7PUzBjdpD-45" value="MoveButtonsPushed()" style="text;strokeColor=none;fillColor=none;align=left;verticalAlign=top;spacingLeft=4;spacingRight=4;overflow=hidden;rotatable=0;points=[[0,0.5],[1,0.5]];portConstraint=eastwest;whiteSpace=wrap;html=1;" vertex="1" parent="r78E2_n_4Sw7PUzBjdpD-36">
+         <mxCell id="r78E2_n_4Sw7PUzBjdpD-45" value="MoveButtonsPushed()" style="text;strokeColor=none;fillColor=none;align=left;verticalAlign=top;spacingLeft=4;spacingRight=4;overflow=hidden;rotatable=0;points=[[0,0.5],[1,0.5]];portConstraint=eastwest;whiteSpace=wrap;html=1;" parent="r78E2_n_4Sw7PUzBjdpD-36" vertex="1">
          <mxGeometry y="276" width="300" height="26" as="geometry" />
        </mxCell>
-         <mxCell id="r78E2_n_4Sw7PUzBjdpD-46" value="RotateButtonsPushed()" style="text;strokeColor=none;fillColor=none;align=left;verticalAlign=top;spacingLeft=4;spacingRight=4;overflow=hidden;rotatable=0;points=[[0,0.5],[1,0.5]];portConstraint=eastwest;whiteSpace=wrap;html=1;" vertex="1" parent="r78E2_n_4Sw7PUzBjdpD-36">
+         <mxCell id="r78E2_n_4Sw7PUzBjdpD-46" value="RotateButtonsPushed()" style="text;strokeColor=none;fillColor=none;align=left;verticalAlign=top;spacingLeft=4;spacingRight=4;overflow=hidden;rotatable=0;points=[[0,0.5],[1,0.5]];portConstraint=eastwest;whiteSpace=wrap;html=1;" parent="r78E2_n_4Sw7PUzBjdpD-36" vertex="1">
          <mxGeometry y="302" width="300" height="26" as="geometry" />
        </mxCell>
-         <mxCell id="r78E2_n_4Sw7PUzBjdpD-47" value="ScaleButtonPushed()" style="text;strokeColor=none;fillColor=none;align=left;verticalAlign=top;spacingLeft=4;spacingRight=4;overflow=hidden;rotatable=0;points=[[0,0.5],[1,0.5]];portConstraint=eastwest;whiteSpace=wrap;html=1;" vertex="1" parent="r78E2_n_4Sw7PUzBjdpD-36">
+         <mxCell id="r78E2_n_4Sw7PUzBjdpD-47" value="ScaleButtonPushed()" style="text;strokeColor=none;fillColor=none;align=left;verticalAlign=top;spacingLeft=4;spacingRight=4;overflow=hidden;rotatable=0;points=[[0,0.5],[1,0.5]];portConstraint=eastwest;whiteSpace=wrap;html=1;" parent="r78E2_n_4Sw7PUzBjdpD-36" vertex="1">
          <mxGeometry y="328" width="300" height="26" as="geometry" />
        </mxCell>
-         <mxCell id="r78E2_n_4Sw7PUzBjdpD-48" value="" style="endArrow=diamondThin;endFill=1;endSize=24;html=1;rounded=0;entryX=0;entryY=0.5;entryDx=0;entryDy=0;exitX=1.01;exitY=0.037;exitDx=0;exitDy=0;exitPerimeter=0;" edge="1" parent="1" source="r78E2_n_4Sw7PUzBjdpD-36" target="r78E2_n_4Sw7PUzBjdpD-3">
+         <mxCell id="r78E2_n_4Sw7PUzBjdpD-48" value="" style="endArrow=diamondThin;endFill=1;endSize=24;html=1;rounded=0;entryX=0;entryY=0.5;entryDx=0;entryDy=0;exitX=1.01;exitY=0.037;exitDx=0;exitDy=0;exitPerimeter=0;" parent="1" source="r78E2_n_4Sw7PUzBjdpD-36" edge="1">
          <mxGeometry width="160" relative="1" as="geometry">
-             <mxPoint x="-130" y="440" as="sourcePoint" />
-             <mxPoint x="30" y="440" as="targetPoint" />
+             <mxPoint x="-130" y="704" as="sourcePoint" />
+             <mxPoint x="120" y="489" as="targetPoint" />
          </mxGeometry>
        </mxCell>
      </root>
    </mxGraphModel>
  </diagram>
</mxfile>
